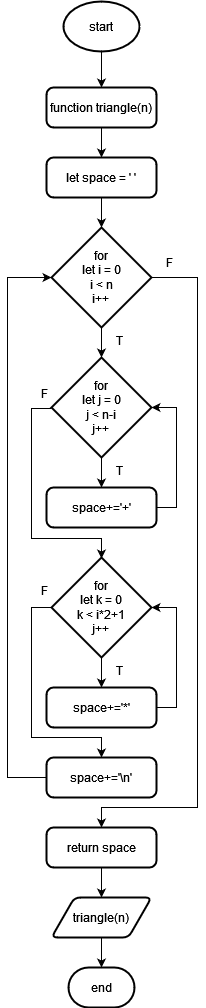
Above: flowchart-diagram/print_triangle_algorithm.drawio.png in Destantomy/Dry-run-algorithm (draw.io), before the change. Source tidied: cells renumbered, new cells last; positions are measured from the earlier drawing's top-left corner, leaving out a move shared by most shapes. Source of this version:
```xml
<mxGraphModel>
  <root>
    <mxCell id="0" />
    <mxCell id="1" parent="0" />
    <mxCell id="2" style="edgeStyle=orthogonalEdgeStyle;rounded=0;jettySize=auto;html=1;exitX=0.5;exitY=1;exitDx=0;exitDy=0;exitPerimeter=0;entryX=0.5;entryY=0;entryDx=0;entryDy=0;strokeColor=#000000;" parent="1" edge="1" source="3" target="5">
      <mxGeometry relative="1" as="geometry" />
    </mxCell>
    <mxCell id="3" value="start" style="strokeWidth=2;html=1;shape=mxgraph.flowchart.start_1;whiteSpace=wrap;strokeColor=#000000;" parent="1" vertex="1">
      <mxGeometry x="56" width="76" height="50" as="geometry" />
    </mxCell>
    <mxCell id="4" style="edgeStyle=orthogonalEdgeStyle;rounded=0;jettySize=auto;html=1;exitX=0.5;exitY=1;exitDx=0;exitDy=0;entryX=0.5;entryY=0;entryDx=0;entryDy=0;strokeColor=#000000;" parent="1" edge="1" source="5" target="6">
      <mxGeometry relative="1" as="geometry" />
    </mxCell>
    <mxCell id="5" value="function triangle(n)" style="rounded=1;whiteSpace=wrap;html=1;absoluteArcSize=1;arcSize=14;strokeWidth=2;strokeColor=#000000;" parent="1" vertex="1">
      <mxGeometry x="39" y="86" width="110" height="40" as="geometry" />
    </mxCell>
    <mxCell id="6" value="let space = ' '" style="rounded=1;whiteSpace=wrap;html=1;absoluteArcSize=1;arcSize=14;strokeWidth=2;strokeColor=#000000;" parent="1" vertex="1">
      <mxGeometry x="39" y="156" width="110" height="40" as="geometry" />
    </mxCell>
    <mxCell id="7" style="edgeStyle=orthogonalEdgeStyle;rounded=0;jettySize=auto;html=1;exitX=1;exitY=0.5;exitDx=0;exitDy=0;exitPerimeter=0;entryX=0.5;entryY=0;entryDx=0;entryDy=0;strokeColor=#000000;" parent="1" edge="1" source="8" target="24">
      <mxGeometry relative="1" as="geometry">
        <Array as="points">
          <mxPoint x="190" y="276" />
          <mxPoint x="190" y="806" />
          <mxPoint x="94" y="806" />
        </Array>
      </mxGeometry>
    </mxCell>
    <mxCell id="8" value="&lt;div&gt;for&lt;/div&gt;&lt;div&gt;let i = 0&lt;/div&gt;&lt;div&gt;i &amp;lt; n&lt;/div&gt;&lt;div&gt;i++&lt;br&gt;&lt;/div&gt;" style="strokeWidth=2;html=1;shape=mxgraph.flowchart.decision;whiteSpace=wrap;strokeColor=#000000;" parent="1" vertex="1">
      <mxGeometry x="44" y="226" width="100" height="100" as="geometry" />
    </mxCell>
    <mxCell id="9" style="edgeStyle=orthogonalEdgeStyle;rounded=0;jettySize=auto;html=1;exitX=0.5;exitY=1;exitDx=0;exitDy=0;exitPerimeter=0;entryX=0.5;entryY=0;entryDx=0;entryDy=0;strokeColor=#000000;" parent="1" edge="1" source="10" target="11">
      <mxGeometry relative="1" as="geometry" />
    </mxCell>
    <mxCell id="10" value="&lt;div&gt;for&lt;/div&gt;&lt;div&gt;let j = 0&lt;/div&gt;&lt;div&gt;j &amp;lt; n-i&lt;br&gt;&lt;/div&gt;&lt;div&gt;j++&lt;br&gt;&lt;/div&gt;" style="strokeWidth=2;html=1;shape=mxgraph.flowchart.decision;whiteSpace=wrap;strokeColor=#000000;" parent="1" vertex="1">
      <mxGeometry x="44" y="356" width="100" height="100" as="geometry" />
    </mxCell>
    <mxCell id="11" value="space+='+'" style="rounded=1;whiteSpace=wrap;html=1;absoluteArcSize=1;arcSize=14;strokeWidth=2;strokeColor=#000000;" parent="1" vertex="1">
      <mxGeometry x="39" y="486" width="110" height="40" as="geometry" />
    </mxCell>
    <mxCell id="12" style="edgeStyle=orthogonalEdgeStyle;rounded=0;jettySize=auto;html=1;exitX=0.5;exitY=1;exitDx=0;exitDy=0;exitPerimeter=0;entryX=0.5;entryY=0;entryDx=0;entryDy=0;strokeColor=#000000;" parent="1" edge="1" source="14" target="15">
      <mxGeometry relative="1" as="geometry" />
    </mxCell>
    <mxCell id="13" style="edgeStyle=orthogonalEdgeStyle;rounded=0;jettySize=auto;html=1;exitX=0;exitY=0.5;exitDx=0;exitDy=0;exitPerimeter=0;entryX=0.5;entryY=0;entryDx=0;entryDy=0;strokeColor=#000000;" parent="1" edge="1" source="14" target="21">
      <mxGeometry relative="1" as="geometry">
        <Array as="points">
          <mxPoint x="24" y="606" />
          <mxPoint x="24" y="736" />
          <mxPoint x="94" y="736" />
        </Array>
      </mxGeometry>
    </mxCell>
    <mxCell id="14" value="&lt;div&gt;for&lt;/div&gt;&lt;div&gt;let k = 0&lt;/div&gt;&lt;div&gt;k &amp;lt; i*2+1&lt;br&gt;&lt;/div&gt;&lt;div&gt;j++&lt;br&gt;&lt;/div&gt;" style="strokeWidth=2;html=1;shape=mxgraph.flowchart.decision;whiteSpace=wrap;strokeColor=#000000;" parent="1" vertex="1">
      <mxGeometry x="44" y="556" width="100" height="100" as="geometry" />
    </mxCell>
    <mxCell id="15" value="space+='*'" style="rounded=1;whiteSpace=wrap;html=1;absoluteArcSize=1;arcSize=14;strokeWidth=2;strokeColor=#000000;" parent="1" vertex="1">
      <mxGeometry x="39" y="686" width="110" height="40" as="geometry" />
    </mxCell>
    <mxCell id="16" style="edgeStyle=orthogonalEdgeStyle;rounded=0;jettySize=auto;html=1;exitX=0.5;exitY=1;exitDx=0;exitDy=0;entryX=0.5;entryY=0;entryDx=0;entryDy=0;entryPerimeter=0;strokeColor=#000000;" parent="1" edge="1" source="6" target="8">
      <mxGeometry relative="1" as="geometry" />
    </mxCell>
    <mxCell id="17" style="edgeStyle=orthogonalEdgeStyle;rounded=0;jettySize=auto;html=1;exitX=0.5;exitY=1;exitDx=0;exitDy=0;exitPerimeter=0;entryX=0.5;entryY=0;entryDx=0;entryDy=0;entryPerimeter=0;strokeColor=#000000;" parent="1" edge="1" source="8" target="10">
      <mxGeometry relative="1" as="geometry" />
    </mxCell>
    <mxCell id="18" style="edgeStyle=orthogonalEdgeStyle;rounded=0;jettySize=auto;html=1;exitX=1;exitY=0.5;exitDx=0;exitDy=0;entryX=1;entryY=0.5;entryDx=0;entryDy=0;entryPerimeter=0;strokeColor=#000000;" parent="1" edge="1" source="11" target="10">
      <mxGeometry relative="1" as="geometry" />
    </mxCell>
    <mxCell id="19" style="edgeStyle=orthogonalEdgeStyle;rounded=0;orthogonalLoop=1;jettySize=auto;html=1;exitX=0;exitY=0.5;exitDx=0;exitDy=0;exitPerimeter=0;entryX=0.5;entryY=0;entryDx=0;entryDy=0;entryPerimeter=0;strokeColor=#000000;" parent="1" edge="1">
      <mxGeometry relative="1" as="geometry">
        <mxPoint x="44" y="407" as="sourcePoint" />
        <mxPoint x="94" y="557" as="targetPoint" />
        <Array as="points">
          <mxPoint x="24" y="407" />
          <mxPoint x="24" y="537" />
          <mxPoint x="94" y="537" />
        </Array>
      </mxGeometry>
    </mxCell>
    <mxCell id="20" style="edgeStyle=orthogonalEdgeStyle;rounded=0;jettySize=auto;html=1;exitX=1;exitY=0.5;exitDx=0;exitDy=0;entryX=1;entryY=0.5;entryDx=0;entryDy=0;entryPerimeter=0;strokeColor=#000000;" parent="1" edge="1" source="15" target="14">
      <mxGeometry relative="1" as="geometry" />
    </mxCell>
    <mxCell id="21" value="space+='\n'" style="rounded=1;whiteSpace=wrap;html=1;absoluteArcSize=1;arcSize=14;strokeWidth=2;strokeColor=#000000;" parent="1" vertex="1">
      <mxGeometry x="39" y="756" width="110" height="40" as="geometry" />
    </mxCell>
    <mxCell id="22" style="edgeStyle=orthogonalEdgeStyle;rounded=0;jettySize=auto;html=1;exitX=0;exitY=0.5;exitDx=0;exitDy=0;entryX=0;entryY=0.5;entryDx=0;entryDy=0;entryPerimeter=0;strokeColor=#000000;" parent="1" edge="1" source="21" target="8">
      <mxGeometry relative="1" as="geometry">
        <Array as="points">
          <mxPoint y="776" />
          <mxPoint y="276" />
        </Array>
      </mxGeometry>
    </mxCell>
    <mxCell id="23" style="edgeStyle=orthogonalEdgeStyle;rounded=0;jettySize=auto;html=1;exitX=0.5;exitY=1;exitDx=0;exitDy=0;entryX=0.5;entryY=0;entryDx=0;entryDy=0;strokeColor=#000000;" parent="1" edge="1" source="24" target="25">
      <mxGeometry relative="1" as="geometry" />
    </mxCell>
    <mxCell id="24" value="return space" style="rounded=1;whiteSpace=wrap;html=1;absoluteArcSize=1;arcSize=14;strokeWidth=2;strokeColor=#000000;" parent="1" vertex="1">
      <mxGeometry x="39" y="826" width="110" height="40" as="geometry" />
    </mxCell>
    <mxCell id="25" value="triangle(n)" style="shape=parallelogram;html=1;strokeWidth=2;perimeter=parallelogramPerimeter;whiteSpace=wrap;rounded=1;arcSize=12;size=0.23;strokeColor=#000000;" parent="1" vertex="1">
      <mxGeometry x="44" y="896" width="100" height="40" as="geometry" />
    </mxCell>
    <mxCell id="26" value="end" style="strokeWidth=2;html=1;shape=mxgraph.flowchart.terminator;whiteSpace=wrap;strokeColor=#000000;" parent="1" vertex="1">
      <mxGeometry x="61" y="966" width="66" height="40" as="geometry" />
    </mxCell>
    <mxCell id="27" style="edgeStyle=orthogonalEdgeStyle;rounded=0;jettySize=auto;html=1;exitX=0.5;exitY=1;exitDx=0;exitDy=0;entryX=0.5;entryY=0;entryDx=0;entryDy=0;entryPerimeter=0;strokeColor=#000000;" parent="1" edge="1" source="25" target="26">
      <mxGeometry relative="1" as="geometry" />
    </mxCell>
    <mxCell id="28" value="T" style="text;html=1;align=center;verticalAlign=middle;whiteSpace=wrap;rounded=0;strokeColor=none;" parent="1" vertex="1">
      <mxGeometry x="94" y="324" width="36" height="30" as="geometry" />
    </mxCell>
    <mxCell id="29" value="T" style="text;html=1;align=center;verticalAlign=middle;whiteSpace=wrap;rounded=0;strokeColor=none;" parent="1" vertex="1">
      <mxGeometry x="94" y="454" width="36" height="30" as="geometry" />
    </mxCell>
    <mxCell id="30" value="T" style="text;html=1;align=center;verticalAlign=middle;whiteSpace=wrap;rounded=0;strokeColor=none;" parent="1" vertex="1">
      <mxGeometry x="94" y="654" width="36" height="30" as="geometry" />
    </mxCell>
    <mxCell id="31" value="F" style="text;html=1;align=center;verticalAlign=middle;whiteSpace=wrap;rounded=0;strokeColor=none;" parent="1" vertex="1">
      <mxGeometry x="144" y="246" width="36" height="30" as="geometry" />
    </mxCell>
    <mxCell id="32" value="F" style="text;html=1;align=center;verticalAlign=middle;whiteSpace=wrap;rounded=0;strokeColor=none;" parent="1" vertex="1">
      <mxGeometry x="19" y="377" width="36" height="30" as="geometry" />
    </mxCell>
    <mxCell id="33" value="F" style="text;html=1;align=center;verticalAlign=middle;whiteSpace=wrap;rounded=0;strokeColor=none;" parent="1" vertex="1">
      <mxGeometry x="19" y="574" width="36" height="30" as="geometry" />
    </mxCell>
  </root>
</mxGraphModel>
```
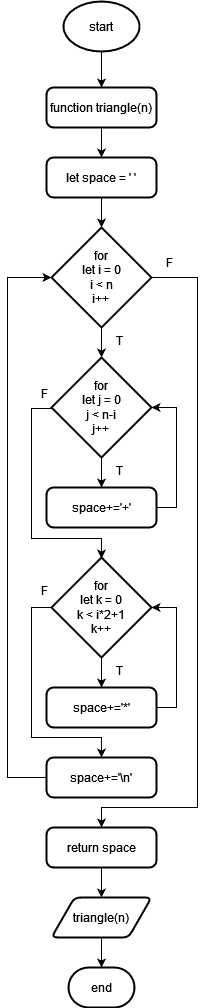
Above is the later version.

Diff of the diagram source:
```diff
@@ -50,7 +50,7 @@
         </Array>
       </mxGeometry>
     </mxCell>
-    <mxCell id="14" value="&lt;div&gt;for&lt;/div&gt;&lt;div&gt;let k = 0&lt;/div&gt;&lt;div&gt;k &amp;lt; i*2+1&lt;br&gt;&lt;/div&gt;&lt;div&gt;j++&lt;br&gt;&lt;/div&gt;" style="strokeWidth=2;html=1;shape=mxgraph.flowchart.decision;whiteSpace=wrap;strokeColor=#000000;" parent="1" vertex="1">
+    <mxCell id="14" value="&lt;div&gt;for&lt;/div&gt;&lt;div&gt;let k = 0&lt;/div&gt;&lt;div&gt;k &amp;lt; i*2+1&lt;br&gt;&lt;/div&gt;&lt;div&gt;k++&lt;br&gt;&lt;/div&gt;" style="strokeWidth=2;html=1;shape=mxgraph.flowchart.decision;whiteSpace=wrap;strokeColor=#000000;" parent="1" vertex="1">
       <mxGeometry x="44" y="556" width="100" height="100" as="geometry" />
     </mxCell>
     <mxCell id="15" value="space+='*'" style="rounded=1;whiteSpace=wrap;html=1;absoluteArcSize=1;arcSize=14;strokeWidth=2;strokeColor=#000000;" parent="1" vertex="1">
```
